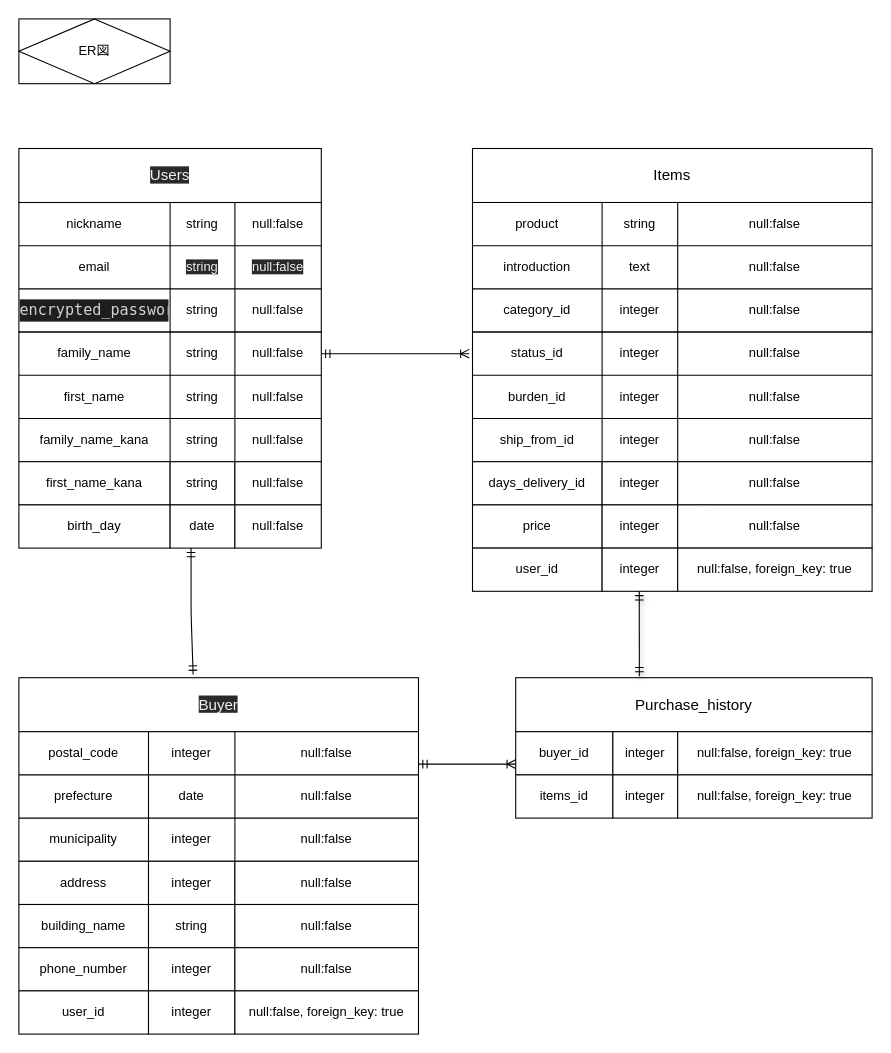
Above: ER.dio in h-kaoru/furima-34717 (draw.io), before the change. Source tidied: cells renumbered, new cells numbered last; positions are measured from the earlier drawing's top-left corner, leaving out a move shared by most shapes. Both pictures are drawn from the tidied source at 108%, with x=0, y=0 at pixel (18, 18).
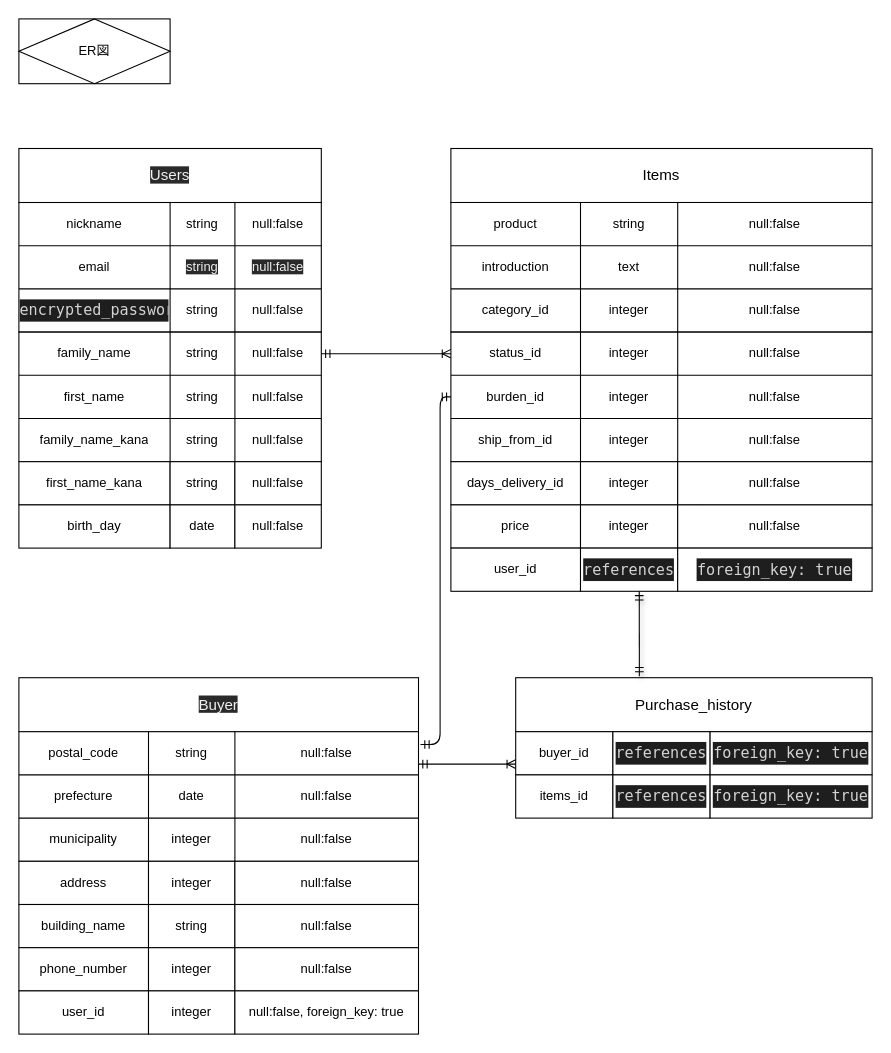
Above is the later version.

Unchanged cells that the change refers to:
```xml
<mxCell id="18" style="shape=partialRectangle;html=1;whiteSpace=wrap;fillColor=none;top=0;left=0;bottom=0;right=0;points=[[0,0.5],[1,0.5]];portConstraint=eastwest;" parent="17" vertex="1">
  <mxGeometry width="280" height="40" as="geometry" />
</mxCell>
<mxCell id="70" value="&lt;span style=&quot;color: rgb(240 , 240 , 240) ; font-family: &amp;#34;helvetica&amp;#34; ; font-size: 14px ; font-style: normal ; font-weight: 400 ; letter-spacing: normal ; text-align: center ; text-indent: 0px ; text-transform: none ; word-spacing: 0px ; background-color: rgb(42 , 42 , 42) ; display: inline ; float: none&quot;&gt;Buyer&lt;/span&gt;" style="rounded=0;whiteSpace=wrap;html=1;" parent="1" vertex="1">
  <mxGeometry y="610" width="370" height="50" as="geometry" />
</mxCell>
<mxCell id="72" style="shape=partialRectangle;html=1;whiteSpace=wrap;fillColor=none;top=0;left=0;bottom=0;right=0;points=[[0,0.5],[1,0.5]];portConstraint=eastwest;" parent="71" vertex="1">
  <mxGeometry width="370" height="40" as="geometry" />
</mxCell>
```

The edit, as a diff of the source:
```diff
@@
     <mxCell id="36" value="&lt;font face=&quot;helvetica&quot;&gt;&lt;span style=&quot;font-size: 14px&quot;&gt;Items&lt;/span&gt;&lt;/font&gt;" style="rounded=0;whiteSpace=wrap;html=1;" parent="1" vertex="1">
-      <mxGeometry x="420" y="120" width="370" height="50" as="geometry" />
+      <mxGeometry x="400" y="120" width="390" height="50" as="geometry" />
     </mxCell>
     <mxCell id="37" style="shape=table;html=1;whiteSpace=wrap;startSize=0;childLayout=tableLayout;" parent="1" vertex="1">
-      <mxGeometry x="420" y="170" width="370" height="120" as="geometry" />
+      <mxGeometry x="400" y="170" width="390" height="120" as="geometry" />
     </mxCell>
     <mxCell id="38" style="shape=partialRectangle;html=1;whiteSpace=wrap;fillColor=none;top=0;left=0;bottom=0;right=0;" parent="37" vertex="1">
-      <mxGeometry width="370" height="40" as="geometry" />
+      <mxGeometry width="390" height="40" as="geometry" />
     </mxCell>
@@
     <mxCell id="40" value="string" style="shape=partialRectangle;html=1;whiteSpace=wrap;fillColor=none;top=0;left=0;bottom=0;right=0;overflow=hidden;" parent="38" vertex="1">
-      <mxGeometry x="120" width="70" height="40" as="geometry" />
+      <mxGeometry x="120" width="90" height="40" as="geometry" />
     </mxCell>
     <mxCell id="41" value="null:false" style="shape=partialRectangle;html=1;whiteSpace=wrap;fillColor=none;top=0;left=0;bottom=0;right=0;overflow=hidden;" parent="38" vertex="1">
-      <mxGeometry x="190" width="180" height="40" as="geometry" />
+      <mxGeometry x="210" width="180" height="40" as="geometry" />
     </mxCell>
     <mxCell id="42" style="shape=partialRectangle;html=1;whiteSpace=wrap;fillColor=none;top=0;left=0;bottom=0;right=0;" parent="37" vertex="1">
-      <mxGeometry y="40" width="370" height="40" as="geometry" />
+      <mxGeometry y="40" width="390" height="40" as="geometry" />
     </mxCell>
@@
     <mxCell id="44" value="text" style="shape=partialRectangle;html=1;whiteSpace=wrap;fillColor=none;top=0;left=0;bottom=0;right=0;overflow=hidden;" parent="42" vertex="1">
-      <mxGeometry x="120" width="70" height="40" as="geometry" />
+      <mxGeometry x="120" width="90" height="40" as="geometry" />
     </mxCell>
     <mxCell id="45" value="null:false" style="shape=partialRectangle;html=1;whiteSpace=wrap;fillColor=none;top=0;left=0;bottom=0;right=0;overflow=hidden;" parent="42" vertex="1">
-      <mxGeometry x="190" width="180" height="40" as="geometry" />
+      <mxGeometry x="210" width="180" height="40" as="geometry" />
     </mxCell>
     <mxCell id="46" style="shape=partialRectangle;html=1;whiteSpace=wrap;fillColor=none;top=0;left=0;bottom=0;right=0;" parent="37" vertex="1">
-      <mxGeometry y="80" width="370" height="40" as="geometry" />
+      <mxGeometry y="80" width="390" height="40" as="geometry" />
     </mxCell>
@@
     <mxCell id="48" value="integer" style="shape=partialRectangle;html=1;whiteSpace=wrap;fillColor=none;top=0;left=0;bottom=0;right=0;overflow=hidden;" parent="46" vertex="1">
-      <mxGeometry x="120" width="70" height="40" as="geometry" />
+      <mxGeometry x="120" width="90" height="40" as="geometry" />
     </mxCell>
     <mxCell id="49" value="null:false" style="shape=partialRectangle;html=1;whiteSpace=wrap;fillColor=none;top=0;left=0;bottom=0;right=0;overflow=hidden;" parent="46" vertex="1">
-      <mxGeometry x="190" width="180" height="40" as="geometry" />
+      <mxGeometry x="210" width="180" height="40" as="geometry" />
     </mxCell>
     <mxCell id="50" style="shape=table;html=1;whiteSpace=wrap;startSize=0;childLayout=tableLayout;" parent="1" vertex="1">
-      <mxGeometry x="420" y="290" width="370" height="120" as="geometry" />
+      <mxGeometry x="400" y="290" width="390" height="120" as="geometry" />
     </mxCell>
     <mxCell id="51" style="shape=partialRectangle;html=1;whiteSpace=wrap;fillColor=none;top=0;left=0;bottom=0;right=0;" parent="50" vertex="1">
-      <mxGeometry width="370" height="40" as="geometry" />
+      <mxGeometry width="390" height="40" as="geometry" />
     </mxCell>
@@
     <mxCell id="53" value="integer" style="shape=partialRectangle;html=1;whiteSpace=wrap;fillColor=none;top=0;left=0;bottom=0;right=0;overflow=hidden;" parent="51" vertex="1">
-      <mxGeometry x="120" width="70" height="40" as="geometry" />
+      <mxGeometry x="120" width="90" height="40" as="geometry" />
     </mxCell>
     <mxCell id="54" value="null:false" style="shape=partialRectangle;html=1;whiteSpace=wrap;fillColor=none;top=0;left=0;bottom=0;right=0;overflow=hidden;" parent="51" vertex="1">
-      <mxGeometry x="190" width="180" height="40" as="geometry" />
+      <mxGeometry x="210" width="180" height="40" as="geometry" />
     </mxCell>
     <mxCell id="55" style="shape=partialRectangle;html=1;whiteSpace=wrap;fillColor=none;top=0;left=0;bottom=0;right=0;points=[[0,0.5],[1,0.5]];portConstraint=eastwest;" parent="50" vertex="1">
-      <mxGeometry y="40" width="370" height="40" as="geometry" />
+      <mxGeometry y="40" width="390" height="40" as="geometry" />
     </mxCell>
@@
     <mxCell id="57" value="integer" style="shape=partialRectangle;html=1;whiteSpace=wrap;fillColor=none;top=0;left=0;bottom=0;right=0;overflow=hidden;" parent="55" vertex="1">
-      <mxGeometry x="120" width="70" height="40" as="geometry" />
+      <mxGeometry x="120" width="90" height="40" as="geometry" />
     </mxCell>
     <mxCell id="58" value="null:false" style="shape=partialRectangle;html=1;whiteSpace=wrap;fillColor=none;top=0;left=0;bottom=0;right=0;overflow=hidden;" parent="55" vertex="1">
-      <mxGeometry x="190" width="180" height="40" as="geometry" />
+      <mxGeometry x="210" width="180" height="40" as="geometry" />
     </mxCell>
     <mxCell id="59" style="shape=partialRectangle;html=1;whiteSpace=wrap;fillColor=none;top=0;left=0;bottom=0;right=0;" parent="50" vertex="1">
-      <mxGeometry y="80" width="370" height="40" as="geometry" />
+      <mxGeometry y="80" width="390" height="40" as="geometry" />
     </mxCell>
@@
     <mxCell id="61" value="integer" style="shape=partialRectangle;html=1;whiteSpace=wrap;fillColor=none;top=0;left=0;bottom=0;right=0;overflow=hidden;" parent="59" vertex="1">
-      <mxGeometry x="120" width="70" height="40" as="geometry" />
+      <mxGeometry x="120" width="90" height="40" as="geometry" />
     </mxCell>
     <mxCell id="62" value="null:false" style="shape=partialRectangle;html=1;whiteSpace=wrap;fillColor=none;top=0;left=0;bottom=0;right=0;overflow=hidden;" parent="59" vertex="1">
-      <mxGeometry x="190" width="180" height="40" as="geometry" />
+      <mxGeometry x="210" width="180" height="40" as="geometry" />
     </mxCell>
     <mxCell id="63" value="days_delivery_id" style="rounded=0;whiteSpace=wrap;html=1;" parent="1" vertex="1">
-      <mxGeometry x="420" y="410" width="120" height="40" as="geometry" />
+      <mxGeometry x="400" y="410" width="120" height="40" as="geometry" />
     </mxCell>
@@
     <mxCell id="65" value="integer" style="rounded=0;whiteSpace=wrap;html=1;" parent="1" vertex="1">
-      <mxGeometry x="540" y="410" width="70" height="40" as="geometry" />
+      <mxGeometry x="520" y="410" width="90" height="40" as="geometry" />
     </mxCell>
@@
     <mxCell id="67" value="price" style="rounded=0;whiteSpace=wrap;html=1;" parent="1" vertex="1">
-      <mxGeometry x="420" y="450" width="120" height="40" as="geometry" />
+      <mxGeometry x="400" y="450" width="120" height="40" as="geometry" />
     </mxCell>
     <mxCell id="68" value="integer" style="rounded=0;whiteSpace=wrap;html=1;" parent="1" vertex="1">
-      <mxGeometry x="540" y="450" width="70" height="40" as="geometry" />
+      <mxGeometry x="520" y="450" width="90" height="40" as="geometry" />
     </mxCell>
@@
-    <mxCell id="74" value="integer" style="shape=partialRectangle;html=1;whiteSpace=wrap;fillColor=none;top=0;left=0;bottom=0;right=0;overflow=hidden;" parent="72" vertex="1">
+    <mxCell id="74" value="string" style="shape=partialRectangle;html=1;whiteSpace=wrap;fillColor=none;top=0;left=0;bottom=0;right=0;overflow=hidden;" parent="72" vertex="1">
       <mxGeometry x="120" width="80" height="40" as="geometry" />
     </mxCell>
@@
     <mxCell id="93" style="edgeStyle=entityRelationEdgeStyle;fontSize=12;html=1;endArrow=ERoneToMany;startArrow=ERmandOne;exitX=1;exitY=0.5;exitDx=0;exitDy=0;" parent="1" edge="1" source="18">
       <mxGeometry relative="1" as="geometry">
-        <mxPoint x="417" y="310" as="targetPoint" />
+        <mxPoint x="400" y="310" as="targetPoint" />
       </mxGeometry>
     </mxCell>
     <mxCell id="94" value="user_id" style="rounded=0;whiteSpace=wrap;html=1;" parent="1" vertex="1">
-      <mxGeometry x="420" y="490" width="120" height="40" as="geometry" />
+      <mxGeometry x="400" y="490" width="120" height="40" as="geometry" />
     </mxCell>
-    <mxCell id="95" value="integer" style="rounded=0;whiteSpace=wrap;html=1;" parent="1" vertex="1">
-      <mxGeometry x="540" y="490" width="70" height="40" as="geometry" />
+    <mxCell id="95" value="&lt;div style=&quot;color: rgb(212, 212, 212); background-color: rgb(30, 30, 30); font-family: &amp;quot;ricty diminished&amp;quot;, menlo, monaco, &amp;quot;courier new&amp;quot;, monospace; font-weight: normal; font-size: 14px; line-height: 21px;&quot;&gt;&lt;div&gt;&lt;span style=&quot;color: #d4d4d4&quot;&gt;references&lt;/span&gt;&lt;/div&gt;&lt;/div&gt;" style="rounded=0;whiteSpace=wrap;html=1;" parent="1" vertex="1">
+      <mxGeometry x="520" y="490" width="90" height="40" as="geometry" />
     </mxCell>
-    <mxCell id="96" value="null:false, foreign_key: true" style="rounded=0;whiteSpace=wrap;html=1;" parent="1" vertex="1">
+    <mxCell id="96" value="&lt;div style=&quot;color: rgb(212 , 212 , 212) ; background-color: rgb(30 , 30 , 30) ; font-family: &amp;#34;ricty diminished&amp;#34; , &amp;#34;menlo&amp;#34; , &amp;#34;monaco&amp;#34; , &amp;#34;courier new&amp;#34; , monospace ; font-size: 14px ; line-height: 21px&quot;&gt;foreign_key: true&lt;/div&gt;" style="rounded=0;whiteSpace=wrap;html=1;" parent="1" vertex="1">
       <mxGeometry x="610" y="490" width="180" height="40" as="geometry" />
     </mxCell>
@@
-    <mxCell id="104" value="integer" style="rounded=0;whiteSpace=wrap;html=1;" parent="1" vertex="1">
-      <mxGeometry x="550" y="660" width="60" height="40" as="geometry" />
+    <mxCell id="104" value="&lt;div style=&quot;color: rgb(212 , 212 , 212) ; background-color: rgb(30 , 30 , 30) ; font-family: &amp;#34;ricty diminished&amp;#34; , &amp;#34;menlo&amp;#34; , &amp;#34;monaco&amp;#34; , &amp;#34;courier new&amp;#34; , monospace ; font-size: 14px ; line-height: 21px&quot;&gt;references&lt;/div&gt;" style="rounded=0;whiteSpace=wrap;html=1;" parent="1" vertex="1">
+      <mxGeometry x="550" y="660" width="90" height="40" as="geometry" />
     </mxCell>
-    <mxCell id="105" value="null:false, foreign_key: true" style="rounded=0;whiteSpace=wrap;html=1;" parent="1" vertex="1">
-      <mxGeometry x="610" y="660" width="180" height="40" as="geometry" />
+    <mxCell id="105" value="&lt;div style=&quot;color: rgb(212 , 212 , 212) ; background-color: rgb(30 , 30 , 30) ; font-family: &amp;#34;ricty diminished&amp;#34; , &amp;#34;menlo&amp;#34; , &amp;#34;monaco&amp;#34; , &amp;#34;courier new&amp;#34; , monospace ; font-size: 14px ; line-height: 21px&quot;&gt;foreign_key: true&lt;/div&gt;" style="rounded=0;whiteSpace=wrap;html=1;" parent="1" vertex="1">
+      <mxGeometry x="640" y="660" width="150" height="40" as="geometry" />
     </mxCell>
@@
-    <mxCell id="107" value="integer" style="rounded=0;whiteSpace=wrap;html=1;" parent="1" vertex="1">
-      <mxGeometry x="550" y="700" width="60" height="40" as="geometry" />
+    <mxCell id="107" value="&lt;div style=&quot;color: rgb(212 , 212 , 212) ; background-color: rgb(30 , 30 , 30) ; font-family: &amp;#34;ricty diminished&amp;#34; , &amp;#34;menlo&amp;#34; , &amp;#34;monaco&amp;#34; , &amp;#34;courier new&amp;#34; , monospace ; font-size: 14px ; line-height: 21px&quot;&gt;references&lt;/div&gt;" style="rounded=0;whiteSpace=wrap;html=1;" parent="1" vertex="1">
+      <mxGeometry x="550" y="700" width="90" height="40" as="geometry" />
     </mxCell>
-    <mxCell id="108" value="null:false, foreign_key: true" style="rounded=0;whiteSpace=wrap;html=1;" parent="1" vertex="1">
-      <mxGeometry x="610" y="700" width="180" height="40" as="geometry" />
+    <mxCell id="108" value="&lt;div style=&quot;color: rgb(212 , 212 , 212) ; background-color: rgb(30 , 30 , 30) ; font-family: &amp;#34;ricty diminished&amp;#34; , &amp;#34;menlo&amp;#34; , &amp;#34;monaco&amp;#34; , &amp;#34;courier new&amp;#34; , monospace ; font-size: 14px ; line-height: 21px&quot;&gt;foreign_key: true&lt;/div&gt;" style="rounded=0;whiteSpace=wrap;html=1;" parent="1" vertex="1">
+      <mxGeometry x="640" y="700" width="150" height="40" as="geometry" />
     </mxCell>
-    <mxCell id="109" style="fontSize=12;html=1;endArrow=ERmandOne;startArrow=ERmandOne;exitX=0.436;exitY=-0.058;exitDx=0;exitDy=0;exitPerimeter=0;" parent="1" edge="1" source="70">
-      <mxGeometry relative="1" as="geometry">
-        <mxPoint x="159.4" y="490" as="targetPoint" />
-        <Array as="points">
-          <mxPoint x="159.4" y="550" />
-        </Array>
-      </mxGeometry>
-    </mxCell>
@@
+    <mxCell id="112" style="edgeStyle=elbowEdgeStyle;fontSize=12;html=1;endArrow=ERmandOne;startArrow=ERmandOne;shadow=0;entryX=0;entryY=0.5;entryDx=0;entryDy=0;exitX=1.005;exitY=0.296;exitDx=0;exitDy=0;exitPerimeter=0;" parent="1" edge="1" source="72" target="55">
+      <mxGeometry relative="1" as="geometry">
+        <Array as="points">
+          <mxPoint x="390" y="400" />
+          <mxPoint x="380" y="350" />
+          <mxPoint x="335" y="600" />
+        </Array>
+      </mxGeometry>
+    </mxCell>
```
